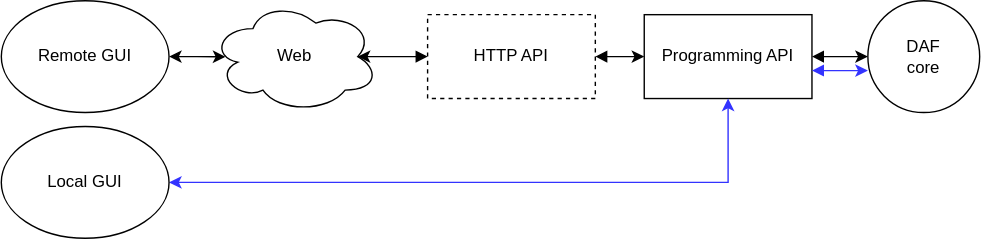
Earlier version of the draw.io export docs/thesis/images/daf-core-http-api.drawio.svg (davidhozic/discord-advertisement-framework). Source tidied: cells renumbered, new cells last; positions are measured from the earlier drawing's top-left corner, leaving out a move shared by most shapes.
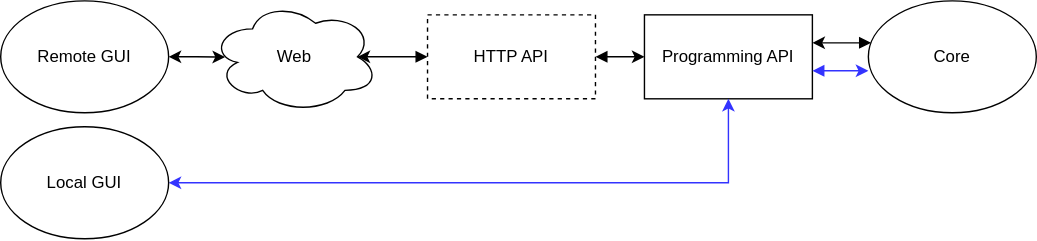
The same diagram one commit later.

The edit, as a diff of the source:
```diff
@@ -11,9 +11,6 @@
     <mxCell id="4" value="HTTP API" style="rounded=0;whiteSpace=wrap;html=1;dashed=1;" parent="1" vertex="1">
       <mxGeometry x="305" y="10" width="120" height="60" as="geometry" />
     </mxCell>
-    <mxCell id="5" style="edgeStyle=entityRelationEdgeStyle;rounded=0;comic=0;sketch=0;jettySize=auto;html=1;shadow=0;startArrow=block;startFill=1;" parent="1" edge="1" source="6" target="12">
-      <mxGeometry relative="1" as="geometry" />
-    </mxCell>
     <mxCell id="6" value="Programming API" style="rounded=0;whiteSpace=wrap;html=1;" parent="1" vertex="1">
       <mxGeometry x="460" y="10" width="120" height="60" as="geometry" />
     </mxCell>
@@ -32,14 +29,22 @@
     <mxCell id="11" value="Remote GUI" style="ellipse;whiteSpace=wrap;html=1;" parent="1" vertex="1">
       <mxGeometry width="120" height="80" as="geometry" />
     </mxCell>
-    <mxCell id="12" value="DAF&lt;br&gt;core" style="ellipse;whiteSpace=wrap;html=1;" parent="1" vertex="1">
-      <mxGeometry x="620" width="80" height="80" as="geometry" />
-    </mxCell>
     <mxCell id="13" style="edgeStyle=entityRelationEdgeStyle;rounded=0;comic=0;sketch=0;orthogonalLoop=1;jettySize=auto;html=1;shadow=0;startArrow=block;startFill=1;strokeColor=#3333FF;" parent="1" edge="1">
       <mxGeometry relative="1" as="geometry">
         <mxPoint x="580" y="50" as="sourcePoint" />
         <mxPoint x="620" y="50" as="targetPoint" />
       </mxGeometry>
     </mxCell>
+    <mxCell id="14" style="edgeStyle=orthogonalEdgeStyle;rounded=0;jettySize=auto;html=1;startArrow=block;startFill=1;" parent="1" edge="1" source="15" target="6">
+      <mxGeometry relative="1" as="geometry">
+        <Array as="points">
+          <mxPoint x="590" y="30" />
+          <mxPoint x="590" y="30" />
+        </Array>
+      </mxGeometry>
+    </mxCell>
+    <mxCell id="15" value="Core" style="ellipse;whiteSpace=wrap;html=1;" parent="1" vertex="1">
+      <mxGeometry x="620" width="120" height="80" as="geometry" />
+    </mxCell>
   </root>
 </mxGraphModel>
```
